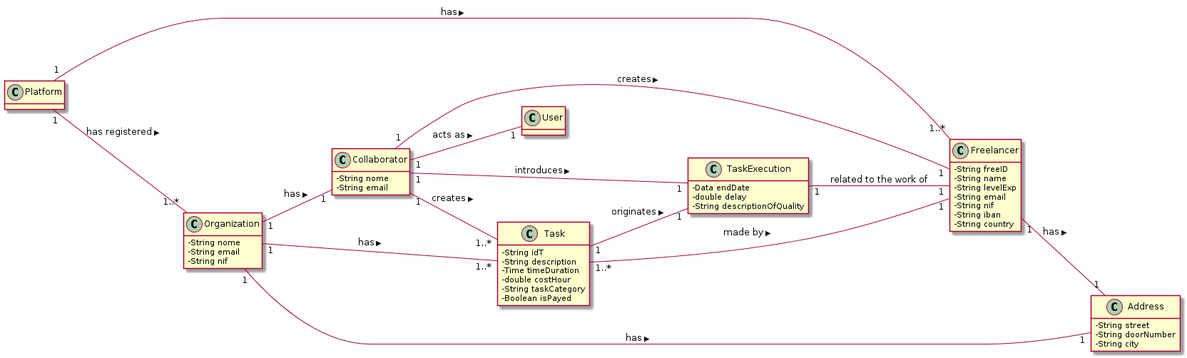
This is docs/UC10 - SendEmailsAboutFreelancersPerformance/UC10_MD.png from 1190452/LAPR2, a PlantUML export, as it was before one commit.
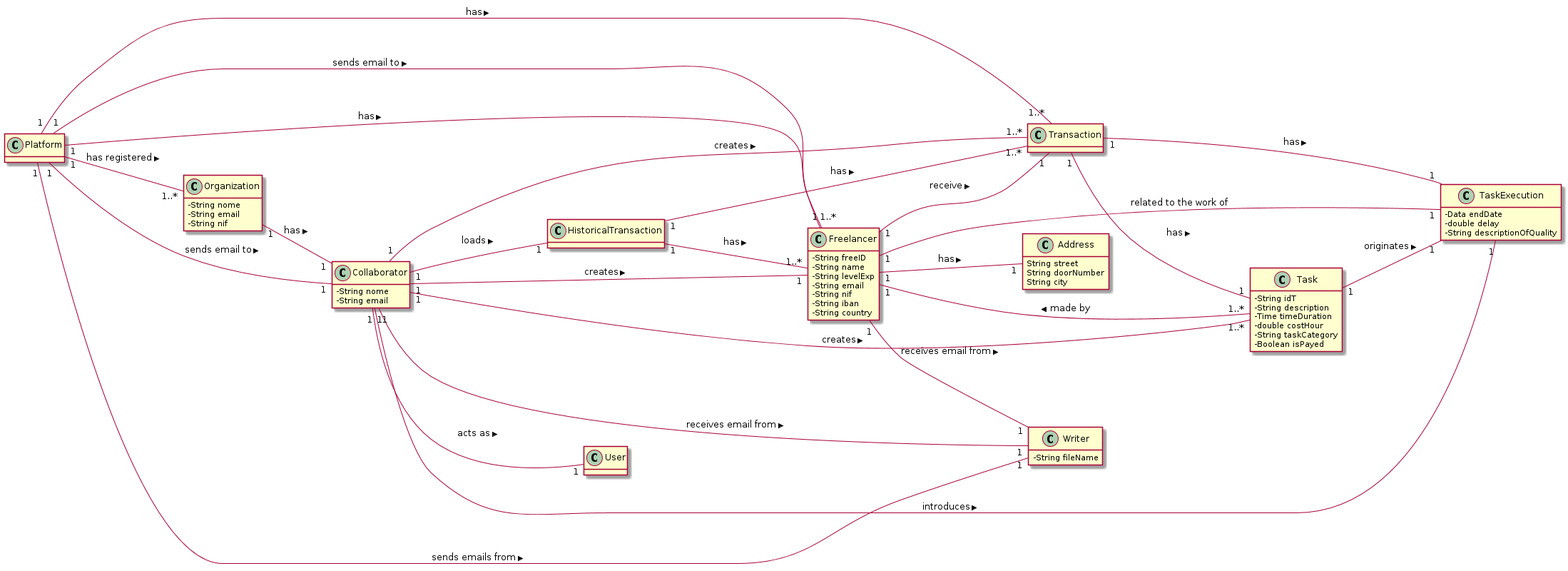
After the commit.

What changed in the source:
```diff
@@ -4,6 +4,11 @@
 left to right direction
 
 class Platform{
+}
+class Address{
+  String street
+  String doorNumber
+  String city
 }
 class Freelancer {
   -String freeID
@@ -35,16 +40,18 @@
   -Boolean isPayed
 }
 
-
-
 class User {
 }
 
 
-class Address{
-  -String street
-  -String doorNumber
-  -String city
+class Transaction {
+
+}
+
+
+
+
+class HistoricalTransaction{
 }
 
 class TaskExecution{
@@ -53,25 +60,46 @@
   -String descriptionOfQuality
   }
 
+class Writer{
+  -String fileName
+  }
 
+Freelancer "1" -- "1" Transaction: receive >
 
 Freelancer "1" -- "1" Address: has >
+Freelancer "1" -- "1" Writer: receives email from >
 
 Task "1..*" -- "1" Freelancer: made by >
 
 
+Platform "1" -- "1..*" Transaction: has >
 Platform "1" -- "1..*" Organization: has registered >
 Platform "1" -- "1..*" Freelancer: has >
+Platform "1" -- "1" Freelancer: sends email to >
+Platform "1" -- "1" Collaborator: sends email to >
 
-Organization "1" -- "1" Address: has >
+Platform "1" -- "1" Writer : sends emails from >
+
+
 Organization "1" -- "1" Collaborator: has >
-Organization "1" -- "1..*" Task: has >
 
+
+
+Transaction "1" -- "1" Task: has >
+Transaction "1" -- "1" TaskExecution: has >
+
+
+HistoricalTransaction "1" -- "1..*" Transaction: has >
+HistoricalTransaction "1" -- "1..*" Freelancer: has >
 
 Collaborator "1" -- "1" Freelancer: creates >
 Collaborator "1" -- "1..*" Task: creates >
+Collaborator "1" -- "1..*" Transaction: creates >
 Collaborator "1" -- "1" User: acts as >
+Collaborator "1" -- "1" HistoricalTransaction: loads >
 Collaborator "1" -- "1" TaskExecution: introduces >
+Collaborator "1" -- "1" Writer: receives email from >
+
 
 TaskExecution "1" -- "1" Freelancer: related to the work of
 
```
